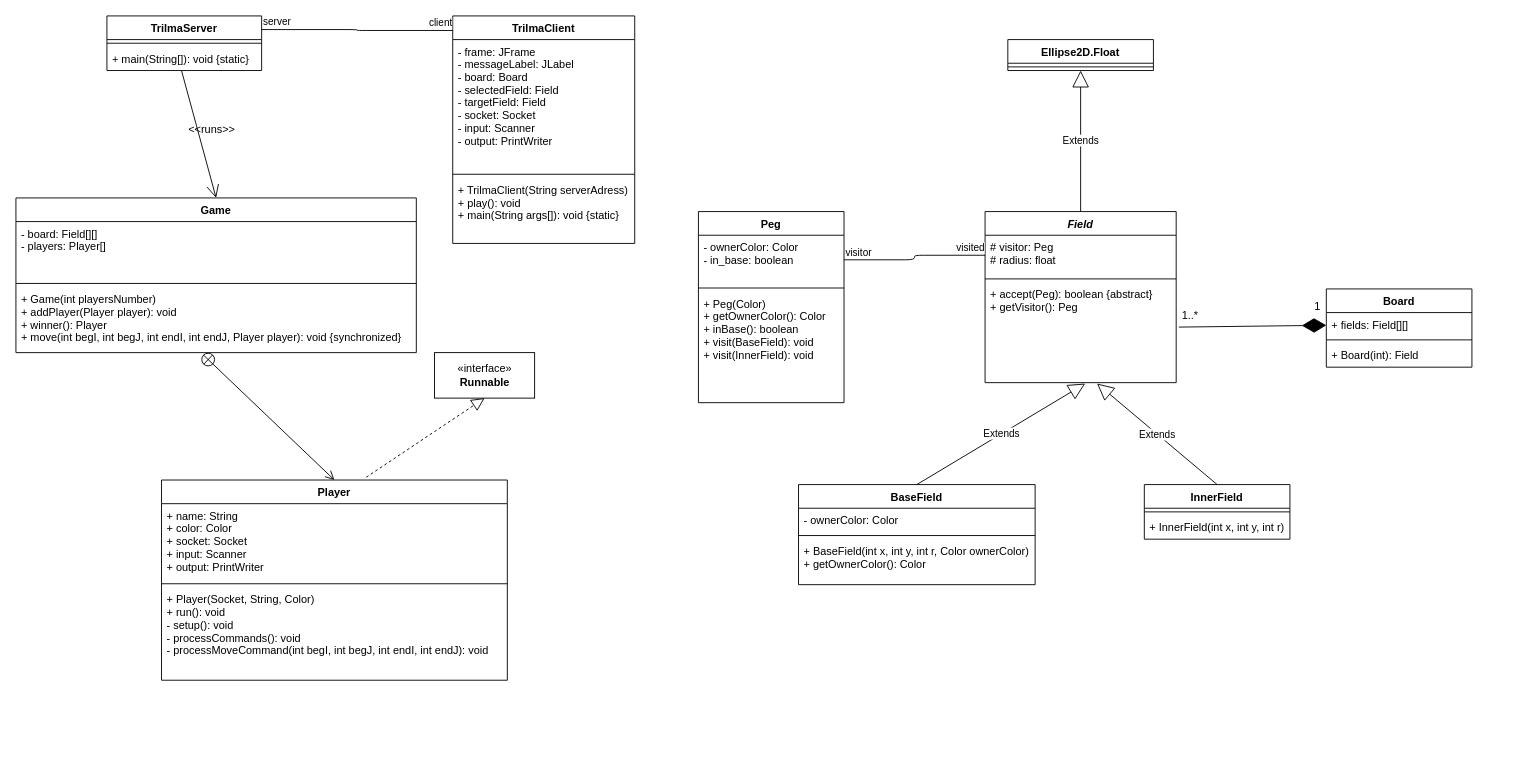
Before: class_diagram.drawio in Chelkos/TP_L4-chinese-checkers, a draw.io diagram. Source tidied: cells renumbered, new cells numbered last; positions are measured from the earlier drawing's top-left corner, leaving out a move shared by most shapes. Both pictures are drawn from the tidied source at 91%, with x=0, y=0 at pixel (15, 15).
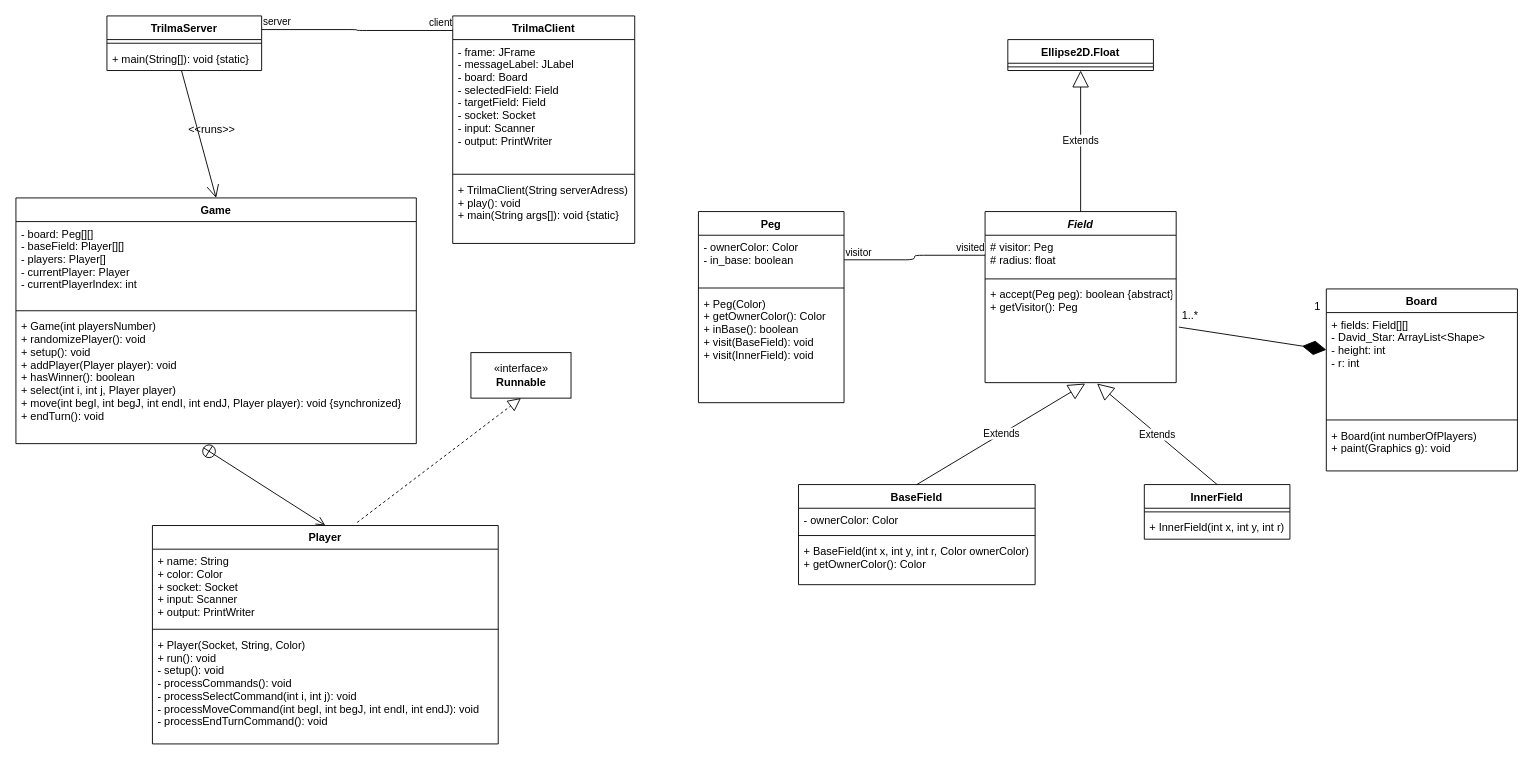
The same diagram, later.

Unchanged cells that the change refers to:
```xml
<mxCell id="20" value="Field" style="swimlane;fontStyle=3;align=center;verticalAlign=top;horizontal=1;startSize=26;" parent="1" vertex="1">
  <mxGeometry x="1065" y="215" width="210" height="188" as="geometry" />
</mxCell>
```

Change to the diagram source:
```diff
@@
     <mxCell id="12" value="Player" style="swimlane;fontStyle=1;align=center;verticalAlign=top;horizontal=1;startSize=26;" parent="1" vertex="1">
-      <mxGeometry x="160" y="510" width="380" height="220" as="geometry" />
+      <mxGeometry x="150" y="560" width="380" height="240" as="geometry" />
     </mxCell>
@@
-    <mxCell id="15" value="+ Player(Socket, String, Color)&#10;+ run(): void&#10;- setup(): void&#10;- processCommands(): void&#10;- processMoveCommand(int begI, int begJ, int endI, int endJ): void" style="text;strokeColor=none;fillColor=none;align=left;verticalAlign=top;spacingLeft=4;spacingRight=4;overflow=hidden;" parent="12" vertex="1">
-      <mxGeometry y="118" width="380" height="102" as="geometry" />
+    <mxCell id="15" value="+ Player(Socket, String, Color)&#10;+ run(): void&#10;- setup(): void&#10;- processCommands(): void&#10;- processSelectCommand(int i, int j): void&#10;- processMoveCommand(int begI, int begJ, int endI, int endJ): void&#10;- processEndTurnCommand(): void" style="text;strokeColor=none;fillColor=none;align=left;verticalAlign=top;spacingLeft=4;spacingRight=4;overflow=hidden;" parent="12" vertex="1">
+      <mxGeometry y="118" width="380" height="122" as="geometry" />
     </mxCell>
@@
-    <mxCell id="23" value="+ accept(Peg): boolean {abstract}&#10;+ getVisitor(): Peg" style="text;strokeColor=none;fillColor=none;align=left;verticalAlign=top;spacingLeft=4;spacingRight=4;overflow=hidden;points=[[0,0.5],[1,0.5]];portConstraint=eastwest;fontStyle=0;" parent="20" vertex="1">
+    <mxCell id="23" value="+ accept(Peg peg): boolean {abstract}&#10;+ getVisitor(): Peg" style="text;strokeColor=none;fillColor=none;align=left;verticalAlign=top;spacingLeft=4;spacingRight=4;overflow=hidden;points=[[0,0.5],[1,0.5]];portConstraint=eastwest;fontStyle=0;" parent="20" vertex="1">
       <mxGeometry y="78" width="210" height="110" as="geometry" />
     </mxCell>
@@
     <mxCell id="36" value="Game" style="swimlane;fontStyle=1;align=center;verticalAlign=top;horizontal=1;startSize=26;" parent="1" vertex="1">
-      <mxGeometry y="200" width="440" height="170" as="geometry" />
+      <mxGeometry y="200" width="440" height="270" as="geometry" />
     </mxCell>
-    <mxCell id="37" value="- board: Field[][]&#10;- players: Player[]" style="text;strokeColor=none;fillColor=none;align=left;verticalAlign=top;spacingLeft=4;spacingRight=4;overflow=hidden;" parent="36" vertex="1">
-      <mxGeometry y="26" width="440" height="64" as="geometry" />
+    <mxCell id="37" value="- board: Peg[][]&#10;- baseField: Player[][]&#10;- players: Player[]&#10;- currentPlayer: Player&#10;- currentPlayerIndex: int" style="text;strokeColor=none;fillColor=none;align=left;verticalAlign=top;spacingLeft=4;spacingRight=4;overflow=hidden;" parent="36" vertex="1">
+      <mxGeometry y="26" width="440" height="94" as="geometry" />
     </mxCell>
     <mxCell id="38" style="line;strokeWidth=1;fillColor=none;align=left;verticalAlign=middle;spacingTop=-1;spacingLeft=3;spacingRight=3;labelPosition=right;" parent="36" vertex="1">
-      <mxGeometry y="90" width="440" height="8" as="geometry" />
+      <mxGeometry y="120" width="440" height="8" as="geometry" />
     </mxCell>
-    <mxCell id="39" value="+ Game(int playersNumber)&#10;+ addPlayer(Player player): void&#10;+ winner(): Player&#10;+ move(int begI, int begJ, int endI, int endJ, Player player): void {synchronized}" style="text;strokeColor=none;fillColor=none;align=left;verticalAlign=top;spacingLeft=4;spacingRight=4;overflow=hidden;points=[[0,0.5],[1,0.5]];portConstraint=eastwest;" parent="36" vertex="1">
-      <mxGeometry y="98" width="440" height="72" as="geometry" />
+    <mxCell id="39" value="+ Game(int playersNumber)&#10;+ randomizePlayer(): void&#10;+ setup(): void&#10;+ addPlayer(Player player): void&#10;+ hasWinner(): boolean&#10;+ select(int i, int j, Player player)&#10;+ move(int begI, int begJ, int endI, int endJ, Player player): void {synchronized}&#10;+ endTurn(): void" style="text;strokeColor=none;fillColor=none;align=left;verticalAlign=top;spacingLeft=4;spacingRight=4;overflow=hidden;points=[[0,0.5],[1,0.5]];portConstraint=eastwest;" parent="36" vertex="1">
+      <mxGeometry y="128" width="440" height="142" as="geometry" />
     </mxCell>
@@
     <mxCell id="49" value="Board" style="swimlane;fontStyle=1;align=center;verticalAlign=top;horizontal=1;startSize=26;" parent="1" vertex="1">
-      <mxGeometry x="1440" y="300" width="160" height="86" as="geometry" />
+      <mxGeometry x="1440" y="300" width="210" height="200" as="geometry" />
     </mxCell>
-    <mxCell id="50" value="+ fields: Field[][]" style="text;strokeColor=none;fillColor=none;align=left;verticalAlign=top;spacingLeft=4;spacingRight=4;overflow=hidden;points=[[0,0.5],[1,0.5]];portConstraint=eastwest;" parent="49" vertex="1">
-      <mxGeometry y="26" width="160" height="26" as="geometry" />
+    <mxCell id="50" value="+ fields: Field[][]&#10;- David_Star: ArrayList&lt;Shape&gt;&#10;- height: int&#10;- r: int" style="text;strokeColor=none;fillColor=none;align=left;verticalAlign=top;spacingLeft=4;spacingRight=4;overflow=hidden;points=[[0,0.5],[1,0.5]];portConstraint=eastwest;" parent="49" vertex="1">
+      <mxGeometry y="26" width="210" height="114" as="geometry" />
     </mxCell>
     <mxCell id="51" style="line;strokeWidth=1;fillColor=none;align=left;verticalAlign=middle;spacingTop=-1;spacingLeft=3;spacingRight=3;labelPosition=right;" parent="49" vertex="1">
-      <mxGeometry y="52" width="160" height="8" as="geometry" />
+      <mxGeometry y="140" width="210" height="8" as="geometry" />
     </mxCell>
-    <mxCell id="52" value="+ Board(int): Field" style="text;strokeColor=none;fillColor=none;align=left;verticalAlign=top;spacingLeft=4;spacingRight=4;overflow=hidden;" parent="49" vertex="1">
-      <mxGeometry y="60" width="160" height="26" as="geometry" />
+    <mxCell id="52" value="+ Board(int numberOfPlayers)&#10;+ paint(Graphics g): void" style="text;strokeColor=none;fillColor=none;align=left;verticalAlign=top;spacingLeft=4;spacingRight=4;overflow=hidden;" parent="49" vertex="1">
+      <mxGeometry y="148" width="210" height="52" as="geometry" />
     </mxCell>
     <mxCell id="53" value="«interface»&lt;br&gt;&lt;b&gt;Runnable&lt;/b&gt;" style="html=1;" parent="1" vertex="1">
-      <mxGeometry x="460" y="370" width="110" height="50" as="geometry" />
+      <mxGeometry x="500" y="370" width="110" height="50" as="geometry" />
     </mxCell>
```
